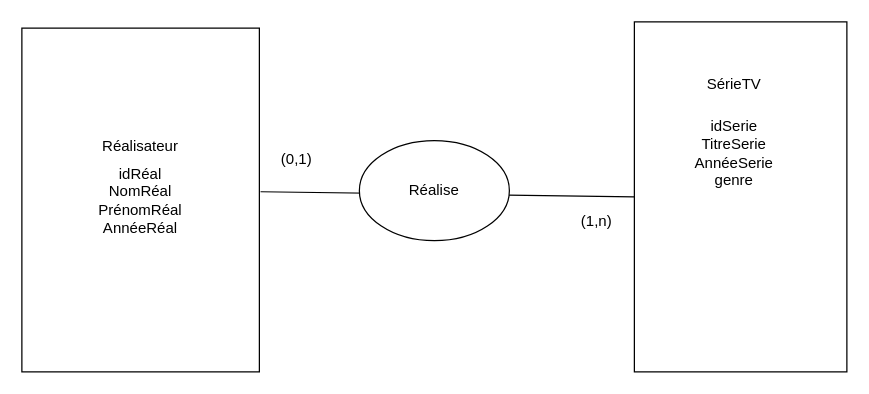
Willremi/Groupe6 keeps this draw.io diagram as ExercicesBDD/DiagramSerieTV.drawio. Above is the earlier version. Source tidied: cells renumbered, new cells numbered last; positions are measured from the earlier drawing's top-left corner, leaving out a move shared by most shapes. Both pictures are drawn from the tidied source at 125%, with x=0, y=0 at pixel (21, 21).
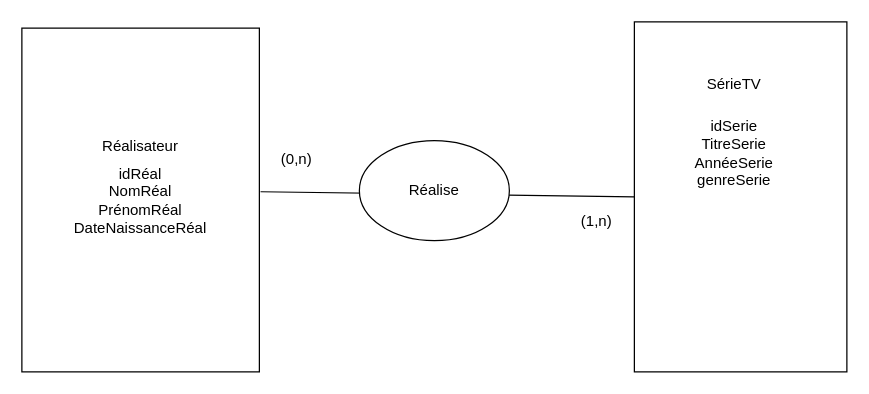
After the change.

The edit, as a diff of the source:
```diff
@@
 <mxGraphModel>
   <root>
     <mxCell id="0" />
     <mxCell id="1" parent="0" />
-    <mxCell id="2" value="idRéal&lt;br&gt;NomRéal&lt;br&gt;PrénomRéal&lt;br&gt;AnnéeRéal" style="rounded=0;whiteSpace=wrap;html=1;direction=south;" parent="1" vertex="1">
+    <mxCell id="2" value="idRéal &lt;br&gt;NomRéal &lt;br&gt;PrénomRéal &lt;br&gt;DateNaissanceRéal" style="rounded=0;whiteSpace=wrap;html=1;direction=south;" parent="1" vertex="1">
       <mxGeometry y="5" width="190" height="275" as="geometry" />
     </mxCell>
     <mxCell id="3" style="rounded=0;whiteSpace=wrap;html=1;" parent="1" vertex="1">
       <mxGeometry x="490" width="170" height="280" as="geometry" />
     </mxCell>
     <mxCell id="4" style="endArrow=none;html=1;exitX=0.476;exitY=-0.005;exitDx=0;exitDy=0;entryX=0;entryY=0.5;entryDx=0;entryDy=0;exitPerimeter=0;" parent="1" edge="1" source="2" target="3">
       <mxGeometry relative="1" as="geometry" />
     </mxCell>
-    <mxCell id="5" value="(0,1)" style="text;html=1;strokeColor=none;fillColor=none;align=center;verticalAlign=middle;whiteSpace=wrap;rounded=0;" parent="1" vertex="1">
+    <mxCell id="5" value="(0,n)" style="text;html=1;strokeColor=none;fillColor=none;align=center;verticalAlign=middle;whiteSpace=wrap;rounded=0;" parent="1" vertex="1">
       <mxGeometry x="200" y="100" width="40" height="20" as="geometry" />
     </mxCell>
     <mxCell id="6" value="(1,n)" style="text;html=1;strokeColor=none;fillColor=none;align=center;verticalAlign=middle;whiteSpace=wrap;rounded=0;" parent="1" vertex="1">
       <mxGeometry x="440" y="150" width="40" height="20" as="geometry" />
     </mxCell>
     <mxCell id="7" value="Réalise" style="ellipse;whiteSpace=wrap;html=1;" parent="1" vertex="1">
       <mxGeometry x="270" y="95" width="120" height="80" as="geometry" />
     </mxCell>
     <mxCell id="8" value="Réalisateur" style="text;html=1;strokeColor=none;fillColor=none;align=center;verticalAlign=middle;whiteSpace=wrap;rounded=0;" parent="1" vertex="1">
       <mxGeometry x="75" y="90" width="40" height="20" as="geometry" />
     </mxCell>
     <mxCell id="9" value="SérieTV" style="text;html=1;strokeColor=none;fillColor=none;align=center;verticalAlign=middle;whiteSpace=wrap;rounded=0;" parent="1" vertex="1">
       <mxGeometry x="550" y="40" width="40" height="20" as="geometry" />
     </mxCell>
-    <mxCell id="10" value="idSerie&lt;br&gt;TitreSerie&lt;br&gt;AnnéeSerie&lt;br&gt;genre" style="text;html=1;strokeColor=none;fillColor=none;align=center;verticalAlign=middle;whiteSpace=wrap;rounded=0;" parent="1" vertex="1">
+    <mxCell id="10" value="idSerie &lt;br&gt;TitreSerie &lt;br&gt;AnnéeSerie &lt;br&gt;genreSerie" style="text;html=1;strokeColor=none;fillColor=none;align=center;verticalAlign=middle;whiteSpace=wrap;rounded=0;" parent="1" vertex="1">
       <mxGeometry x="550" y="95" width="40" height="20" as="geometry" />
     </mxCell>
   </root>
 </mxGraphModel>
```
